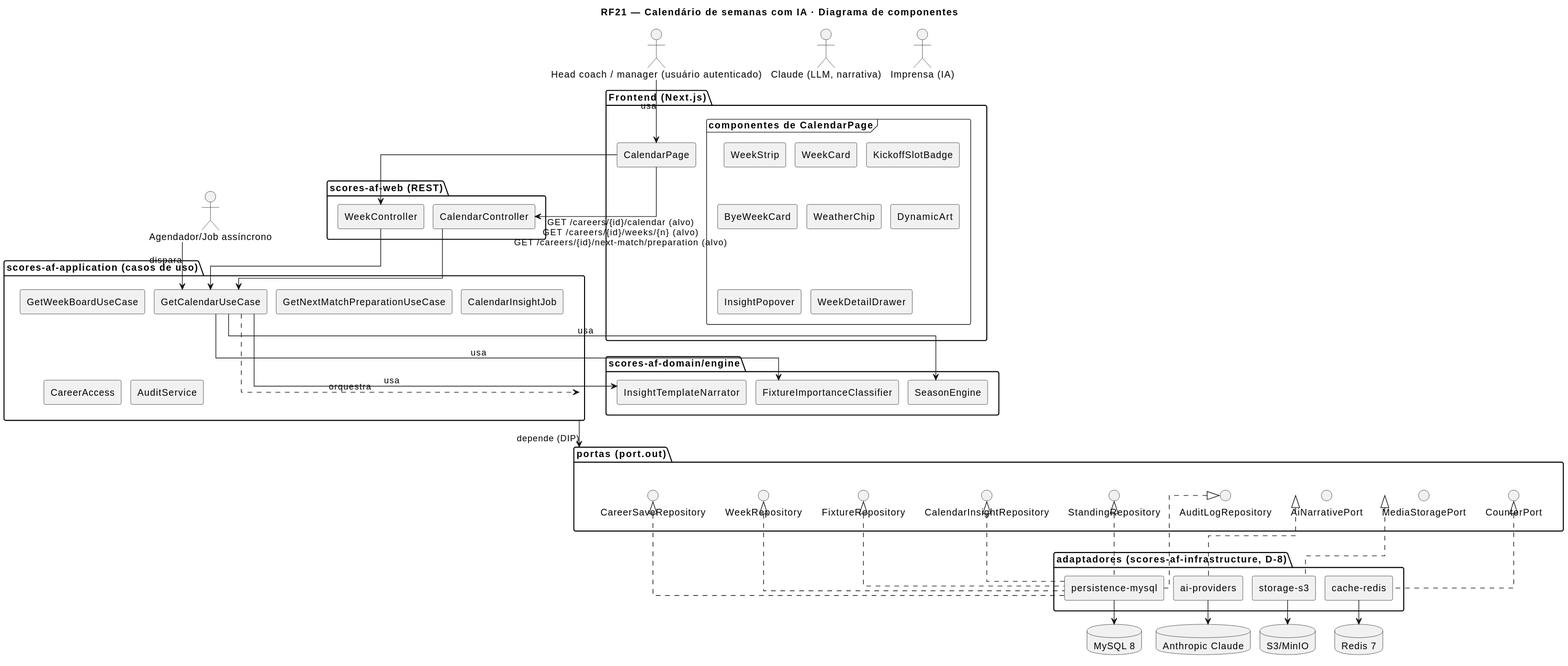
Before: docs/RF21/RF21-cmp.svg, a diagram exported from PlantUML (MatheusHaliski/Scores-American-Football). The source it was exported from:
```plantuml
@startuml
title RF21 — Calendário de semanas com IA · Diagrama de componentes
skinparam componentStyle rectangle
skinparam linetype ortho
skinparam nodesep 14
skinparam ranksep 36
actor "Head coach / manager (usuário autenticado)" as c1
actor "Agendador/Job assíncrono" as c2
actor "Claude (LLM, narrativa)" as c3
actor "Imprensa (IA)" as c4
package "Frontend (Next.js)" as pkg_fe {
  component "CalendarPage" as c5
  frame "componentes de CalendarPage" as pkg_fe_sub {
    component "WeekStrip" as c6
    component "WeekCard" as c7
    component "KickoffSlotBadge" as c8
    component "ByeWeekCard" as c9
    component "WeatherChip" as c10
    component "DynamicArt" as c11
    component "InsightPopover" as c12
    component "WeekDetailDrawer" as c13
  }
}
package "scores-af-web (REST)" as pkg_web {
  component "CalendarController" as c14
  component "WeekController" as c15
}
package "scores-af-application (casos de uso)" as pkg_app {
  component "GetCalendarUseCase" as c16
  component "GetWeekBoardUseCase" as c17
  component "GetNextMatchPreparationUseCase" as c18
  component "CalendarInsightJob" as c19
  component "CareerAccess" as c20
  component "AuditService" as c21
}
package "scores-af-domain/engine" as pkg_eng {
  component "SeasonEngine" as c22
  component "FixtureImportanceClassifier" as c23
  component "InsightTemplateNarrator" as c24
}
package "portas (port.out)" as pkg_ports {
  interface "CareerSaveRepository" as c25
  interface "WeekRepository" as c26
  interface "FixtureRepository" as c27
  interface "CalendarInsightRepository" as c28
  interface "StandingRepository" as c29
  interface "AuditLogRepository" as c30
  interface "AiNarrativePort" as c31
  interface "MediaStoragePort" as c32
  interface "CounterPort" as c33
}
package "adaptadores (scores-af-infrastructure, D-8)" as pkg_ad {
  component "persistence-mysql" as c34
  component "ai-providers" as c35
  component "storage-s3" as c36
  component "cache-redis" as c37
}
database "MySQL 8" as s1
database "Redis 7" as s2
database "S3/MinIO" as s3
database "Anthropic Claude" as s4
c1 --> c5 : usa
c2 --> c16 : dispara
c5 --> c14 : GET /careers/{id}/calendar (alvo)\nGET /careers/{id}/weeks/{n} (alvo)\nGET /careers/{id}/next-match/preparation (alvo)
c5 --> c15
c14 --> c16
c15 --> c16
c16 ..> pkg_app : orquestra
c16 --> c22 : usa
c16 --> c23 : usa
c16 --> c24 : usa
pkg_app --> pkg_ports : depende (DIP)
c34 .up.|> c25
c34 .up.|> c26
c34 .up.|> c27
c34 .up.|> c28
c34 .up.|> c29
c34 .up.|> c30
c35 .up.|> c31
c36 .up.|> c32
c37 .up.|> c33
c34 --> s1
c35 --> s4
c36 --> s3
c37 --> s2
@enduml
```
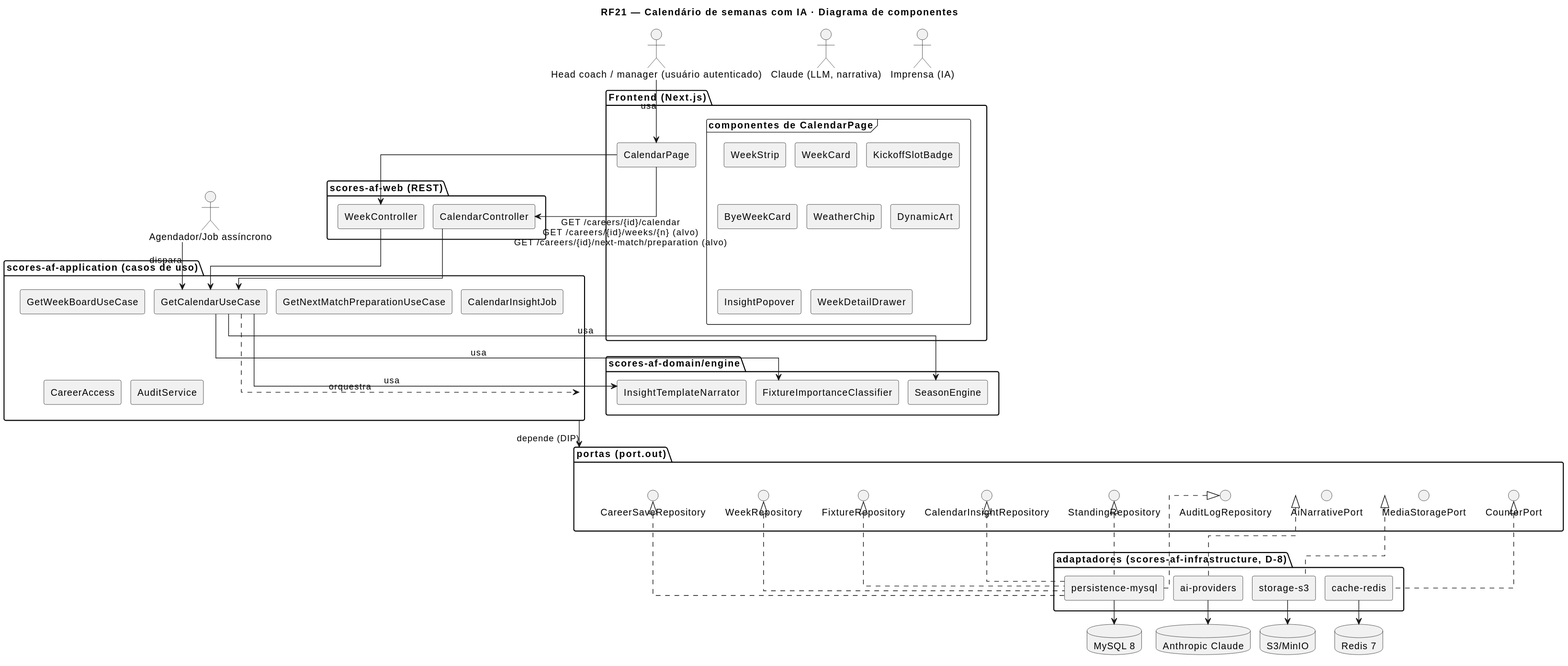
The same diagram one commit later.

What changed in the source:
```diff
@@ -61,7 +61,7 @@
 database "Anthropic Claude" as s4
 c1 --> c5 : usa
 c2 --> c16 : dispara
-c5 --> c14 : GET /careers/{id}/calendar (alvo)\nGET /careers/{id}/weeks/{n} (alvo)\nGET /careers/{id}/next-match/preparation (alvo)
+c5 --> c14 : GET /careers/{id}/calendar\nGET /careers/{id}/weeks/{n} (alvo)\nGET /careers/{id}/next-match/preparation (alvo)
 c5 --> c15
 c14 --> c16
 c15 --> c16
```
